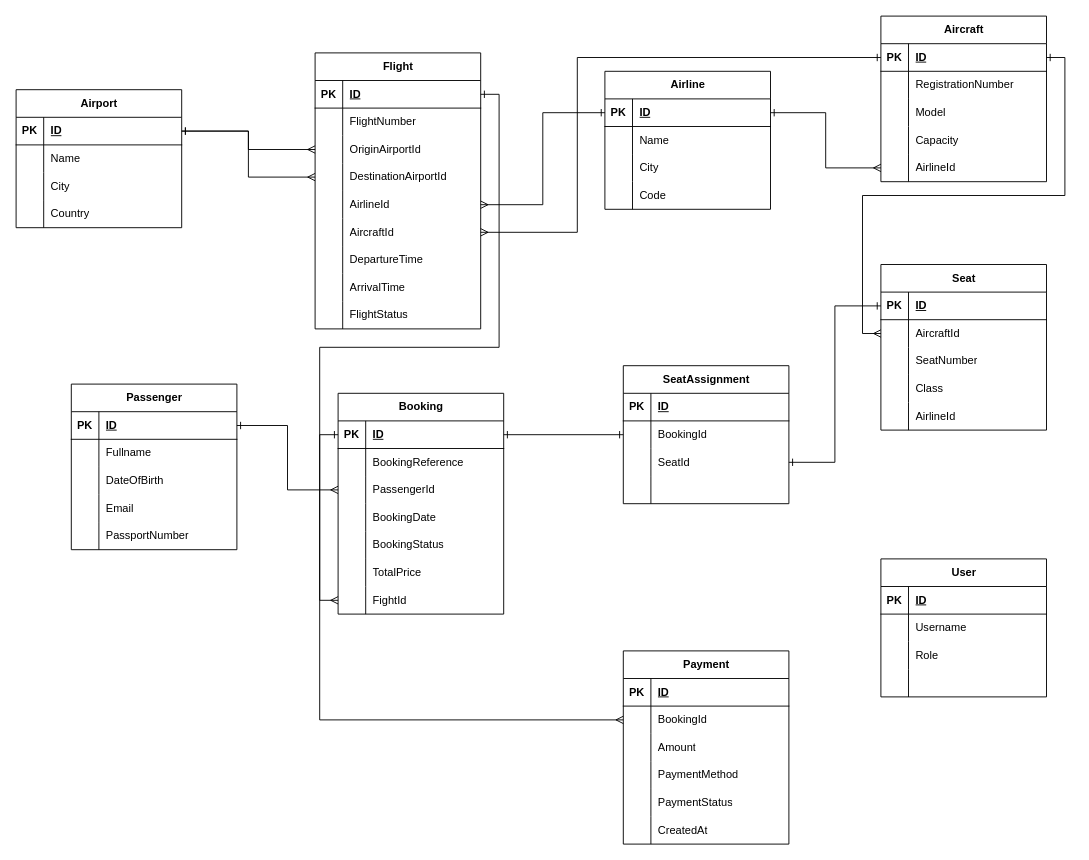
Before: Airport_Management_System_UML.drawio in fleeforezz/Airport_Management_System, a draw.io diagram. Source tidied: cells renumbered, new cells numbered last; positions are measured from the earlier drawing's top-left corner, leaving out a move shared by most shapes. Both pictures are drawn from the tidied source at 92%, with x=0, y=0 at pixel (16, 16).
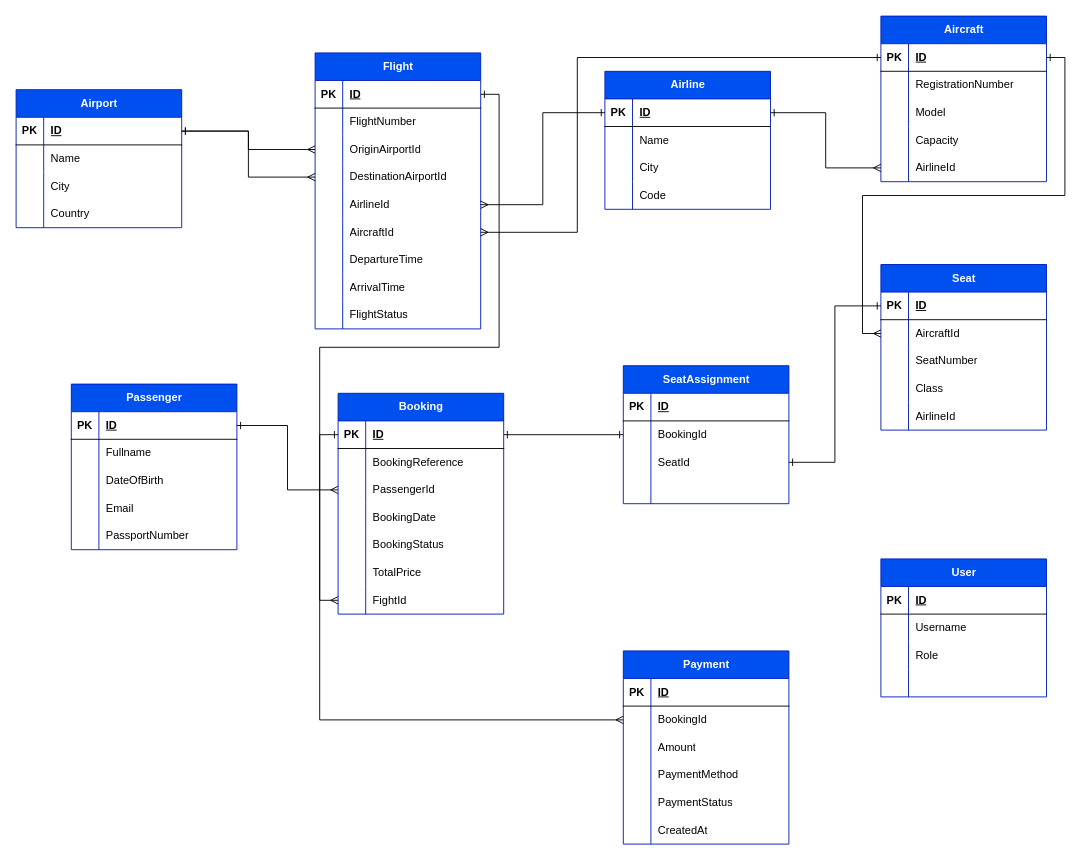
After the change.

What changed in the source:
```diff
@@
-    <mxCell id="2" value="Airport" style="shape=table;startSize=30;childLayout=tableLayout;rowLines=0;fontStyle=1;align=center;html=1;" parent="1" vertex="1">
+    <mxCell id="2" value="Airport" style="shape=table;startSize=30;childLayout=tableLayout;rowLines=0;fontStyle=1;align=center;html=1;fillColor=#0050ef;fontColor=#ffffff;strokeColor=#001DBC;gradientColor=none;swimlaneFillColor=default;" parent="1" vertex="1">
       <mxGeometry y="80" width="180" height="150" as="geometry" />
     </mxCell>
@@
-    <mxCell id="15" value="Airline" style="shape=table;startSize=30;childLayout=tableLayout;rowLines=0;fontStyle=1;align=center;html=1;" parent="1" vertex="1">
+    <mxCell id="15" value="Airline" style="shape=table;startSize=30;childLayout=tableLayout;rowLines=0;fontStyle=1;align=center;html=1;fillColor=#0050ef;fontColor=#ffffff;strokeColor=#001DBC;swimlaneFillColor=default;" parent="1" vertex="1">
       <mxGeometry x="640" y="60" width="180" height="150" as="geometry" />
     </mxCell>
@@
-    <mxCell id="28" value="Aircraft" style="shape=table;startSize=30;childLayout=tableLayout;rowLines=0;fontStyle=1;align=center;html=1;" parent="1" vertex="1">
+    <mxCell id="28" value="Aircraft" style="shape=table;startSize=30;childLayout=tableLayout;rowLines=0;fontStyle=1;align=center;html=1;fillColor=#0050ef;fontColor=#ffffff;strokeColor=#001DBC;swimlaneFillColor=default;" parent="1" vertex="1">
       <mxGeometry x="940" width="180" height="180" as="geometry" />
     </mxCell>
@@
-    <mxCell id="44" value="Flight" style="shape=table;startSize=30;childLayout=tableLayout;rowLines=0;fontStyle=1;align=center;html=1;" parent="1" vertex="1">
+    <mxCell id="44" value="Flight" style="shape=table;startSize=30;childLayout=tableLayout;rowLines=0;fontStyle=1;align=center;html=1;fillColor=#0050ef;strokeColor=#001DBC;fontColor=#ffffff;fillStyle=auto;swimlaneFillColor=default;" parent="1" vertex="1">
       <mxGeometry x="325" y="40" width="180" height="300" as="geometry" />
     </mxCell>
@@
-    <mxCell id="72" value="Passenger" style="shape=table;startSize=30;childLayout=tableLayout;rowLines=0;fontStyle=1;align=center;html=1;" parent="1" vertex="1">
+    <mxCell id="72" value="Passenger" style="shape=table;startSize=30;childLayout=tableLayout;rowLines=0;fontStyle=1;align=center;html=1;fillColor=#0050ef;fontColor=#ffffff;strokeColor=#001DBC;swimlaneFillColor=default;" parent="1" vertex="1">
       <mxGeometry x="60" y="400" width="180" height="180" as="geometry" />
     </mxCell>
@@
-    <mxCell id="88" value="Seat" style="shape=table;startSize=30;childLayout=tableLayout;rowLines=0;fontStyle=1;align=center;html=1;" parent="1" vertex="1">
+    <mxCell id="88" value="Seat" style="shape=table;startSize=30;childLayout=tableLayout;rowLines=0;fontStyle=1;align=center;html=1;fillColor=#0050ef;fontColor=#ffffff;strokeColor=#001DBC;swimlaneFillColor=default;" parent="1" vertex="1">
       <mxGeometry x="940" y="270" width="180" height="180" as="geometry" />
     </mxCell>
@@
-    <mxCell id="104" value="SeatAssignment" style="shape=table;startSize=30;childLayout=tableLayout;rowLines=0;fontStyle=1;align=center;html=1;" parent="1" vertex="1">
+    <mxCell id="104" value="SeatAssignment" style="shape=table;startSize=30;childLayout=tableLayout;rowLines=0;fontStyle=1;align=center;html=1;fillColor=#0050ef;fontColor=#ffffff;strokeColor=#001DBC;swimlaneFillColor=default;" parent="1" vertex="1">
       <mxGeometry x="660" y="380" width="180" height="150" as="geometry" />
     </mxCell>
@@
-    <mxCell id="117" value="Payment" style="shape=table;startSize=30;childLayout=tableLayout;rowLines=0;fontStyle=1;align=center;html=1;" parent="1" vertex="1">
+    <mxCell id="117" value="Payment" style="shape=table;startSize=30;childLayout=tableLayout;rowLines=0;fontStyle=1;align=center;html=1;fillColor=#0050ef;fontColor=#ffffff;strokeColor=#001DBC;swimlaneFillColor=default;" parent="1" vertex="1">
       <mxGeometry x="660" y="690" width="180" height="210" as="geometry" />
     </mxCell>
@@
-    <mxCell id="136" value="User" style="shape=table;startSize=30;childLayout=tableLayout;rowLines=0;fontStyle=1;align=center;html=1;" parent="1" vertex="1">
+    <mxCell id="136" value="User" style="shape=table;startSize=30;childLayout=tableLayout;rowLines=0;fontStyle=1;align=center;html=1;fillColor=#0050ef;fontColor=#ffffff;strokeColor=#001DBC;swimlaneFillColor=default;" parent="1" vertex="1">
       <mxGeometry x="940" y="590" width="180" height="150" as="geometry" />
     </mxCell>
@@
-    <mxCell id="155" value="Booking" style="shape=table;startSize=30;childLayout=tableLayout;rowLines=0;fontStyle=1;align=center;html=1;" parent="1" vertex="1">
+    <mxCell id="155" value="Booking" style="shape=table;startSize=30;childLayout=tableLayout;rowLines=0;fontStyle=1;align=center;html=1;fillColor=#0050ef;fontColor=#ffffff;strokeColor=#001DBC;swimlaneFillColor=default;" parent="1" vertex="1">
       <mxGeometry x="350" y="410" width="180" height="240" as="geometry" />
     </mxCell>
```
